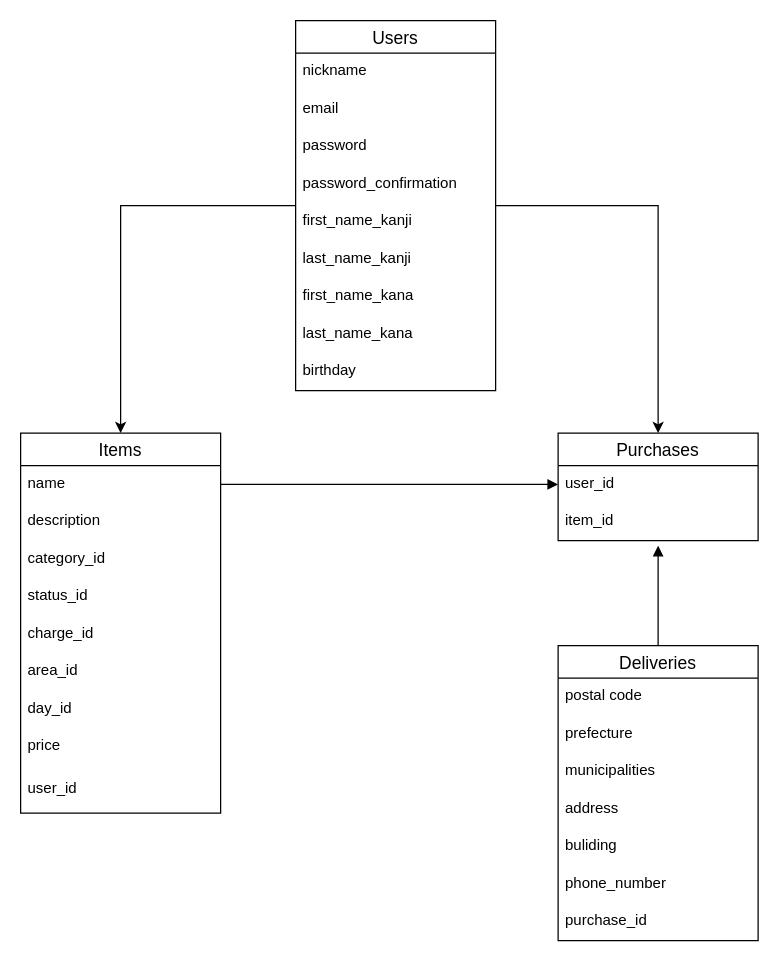
Earlier version of the draw.io diagram data.dio (Gucchi958/furima-35404). Source tidied: cells renumbered, new cells numbered last; positions are measured from the earlier drawing's top-left corner, leaving out a move shared by most shapes. Both pictures are drawn from the tidied source at 125%, with x=0, y=0 at pixel (20, 20).
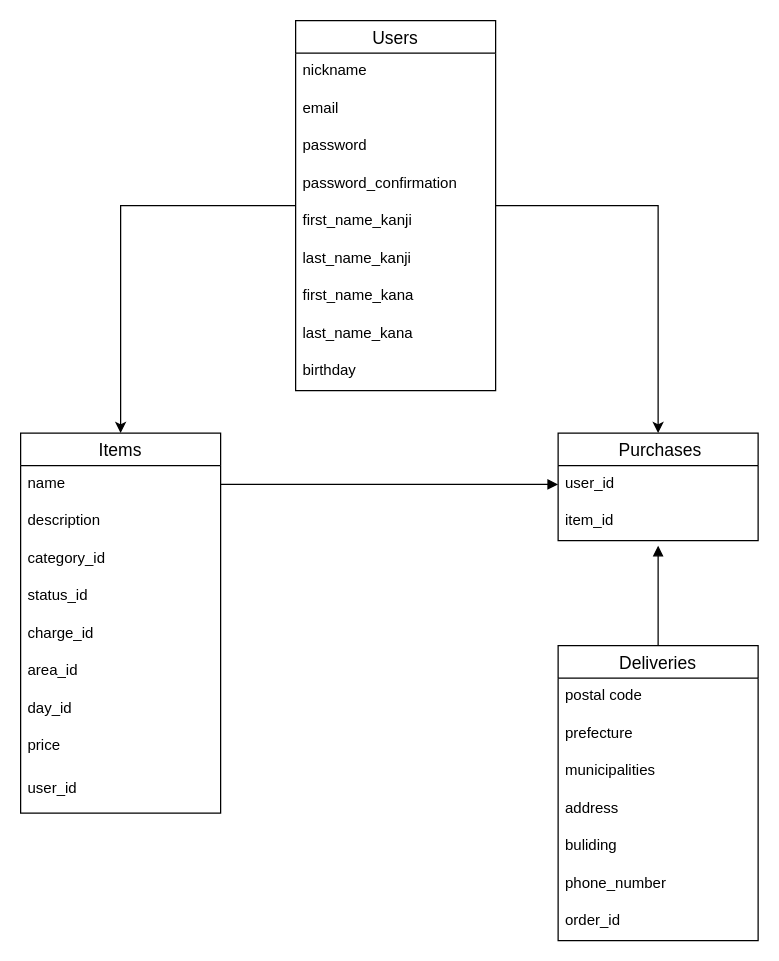
The same diagram, later.

The change refers to these unchanged cells:
```xml
<mxCell id="29" value="Deliveries" style="swimlane;fontStyle=0;horizontal=1;startSize=26;align=center;fontSize=14;" parent="1" vertex="1">
  <mxGeometry x="430" y="500" width="160" height="236" as="geometry" />
</mxCell>
```

Change to the diagram source:
```diff
@@
-    <mxCell id="2" value="Purchases" style="swimlane;fontStyle=0;horizontal=1;startSize=26;align=center;fontSize=14;" parent="1" vertex="1">
+    <mxCell id="2" value=" Purchases" style="swimlane;fontStyle=0;horizontal=1;startSize=26;align=center;fontSize=14;" parent="1" vertex="1">
       <mxGeometry x="430" y="330" width="160" height="86" as="geometry" />
     </mxCell>
@@
-    <mxCell id="36" value="purchase_id" style="text;strokeColor=none;fillColor=none;spacingLeft=4;spacingRight=4;overflow=hidden;fontSize=12;" parent="29" vertex="1">
+    <mxCell id="36" value="order_id" style="text;strokeColor=none;fillColor=none;spacingLeft=4;spacingRight=4;overflow=hidden;fontSize=12;" parent="29" vertex="1">
       <mxGeometry y="206" width="160" height="30" as="geometry" />
     </mxCell>
```
